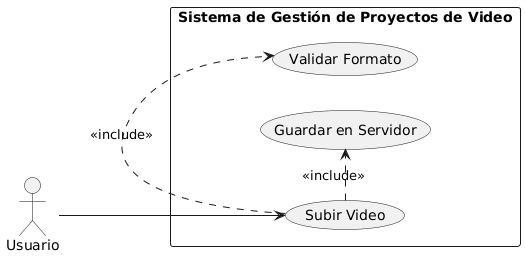
Before: diagramas/02-casos-de-uso/02-editar-proyecto-caso-uso-01.png, a diagram exported from PlantUML (dantebiondi666-prog/SistemaProductoraVideos). The source it was exported from:
```plantuml
@startuml
left to right direction

actor Usuario

rectangle "Sistema de Gestión de Proyectos de Video" {
  Usuario --> (Subir Video)
  (Subir Video) .> (Validar Formato) : <<include>>
  (Subir Video) .> (Guardar en Servidor) : <<include>>
}
@enduml
```
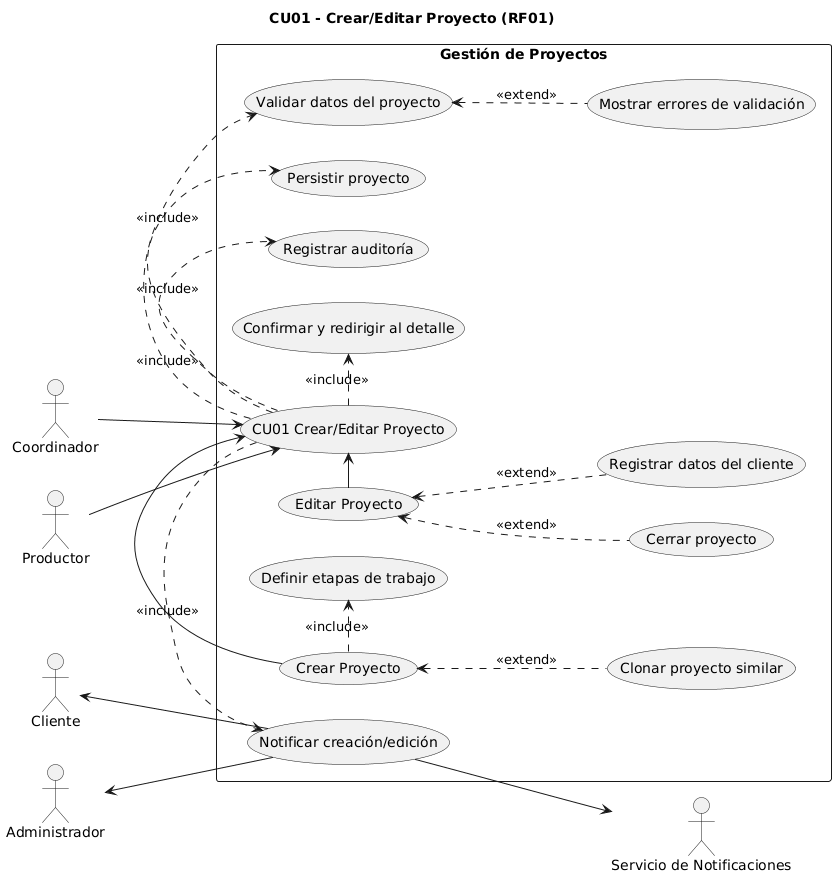
After the change.

What changed in the source:
```diff
@@ -1,11 +1,50 @@
 @startuml
+title CU01 - Crear/Editar Proyecto (RF01)
 left to right direction
 
-actor Usuario
 
-rectangle "Sistema de Gestión de Proyectos de Video" {
-  Usuario --> (Subir Video)
-  (Subir Video) .> (Validar Formato) : <<include>>
-  (Subir Video) .> (Guardar en Servidor) : <<include>>
+actor Coordinador
+actor Productor
+actor "Servicio de Notificaciones" as Notif
+actor Cliente
+actor Administrador
+
+rectangle "Gestión de Proyectos" {
+
+  usecase "CU01 Crear/Editar Proyecto" as CU01
+  usecase "Crear Proyecto" as UC_Crear
+  usecase "Editar Proyecto" as UC_Editar
+  UC_Crear -> CU01
+  UC_Editar -> CU01
+
+
+  usecase "Validar datos del proyecto" as UC_Validar
+  usecase "Persistir proyecto" as UC_Persistir
+  usecase "Registrar auditoría" as UC_Auditoria
+  usecase "Notificar creación/edición" as UC_Notificar
+  usecase "Confirmar y redirigir al detalle" as UC_Confirmar
+  usecase "Mostrar errores de validación" as UC_Errores
+  usecase "Definir etapas de trabajo" as UC_Etapas
+  usecase "Registrar datos del cliente" as UC_DatosCliente
+  usecase "Cerrar proyecto" as UC_Cerrar
+  usecase "Clonar proyecto similar" as UC_Clonar
 }
+
+
+Productor --> CU01
+Coordinador --> CU01
+CU01 .> UC_Validar   : <<include>>
+CU01 .> UC_Persistir : <<include>>
+CU01 .> UC_Auditoria : <<include>>
+CU01 .> UC_Notificar : <<include>>
+CU01 .> UC_Confirmar : <<include>>
+UC_Crear .> UC_Etapas : <<include>>
+UC_Validar <.. UC_Errores : <<extend>>
+UC_Editar  <.. UC_DatosCliente : <<extend>>
+UC_Editar  <.. UC_Cerrar       : <<extend>>
+UC_Crear   <.. UC_Clonar       : <<extend>>
+
+UC_Notificar --> Notif
+Cliente <-- UC_Notificar
+Administrador <-- UC_Notificar
 @enduml
```
